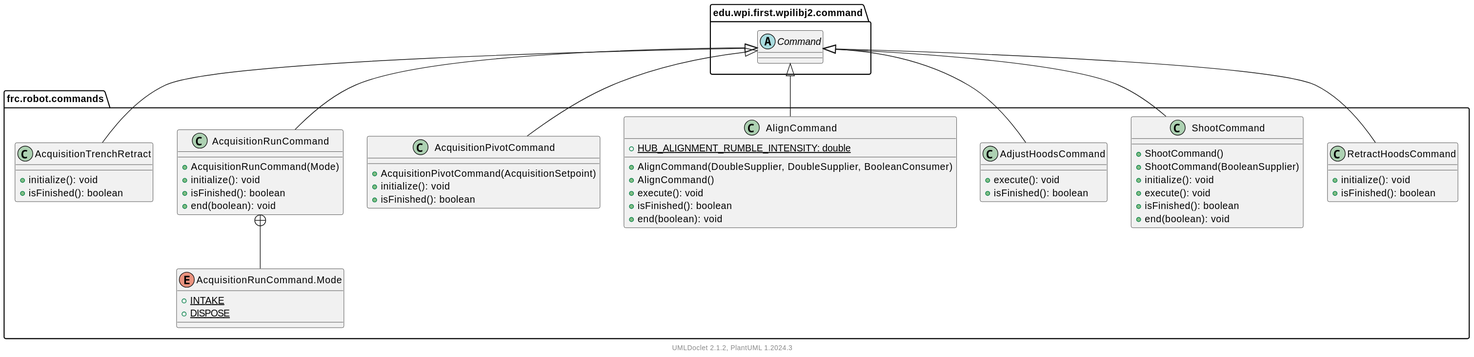
Above: docs/uml/frc/robot/commands/package.svg in LakotaRobotics1038/2026RobotProject (PlantUML), before the change.
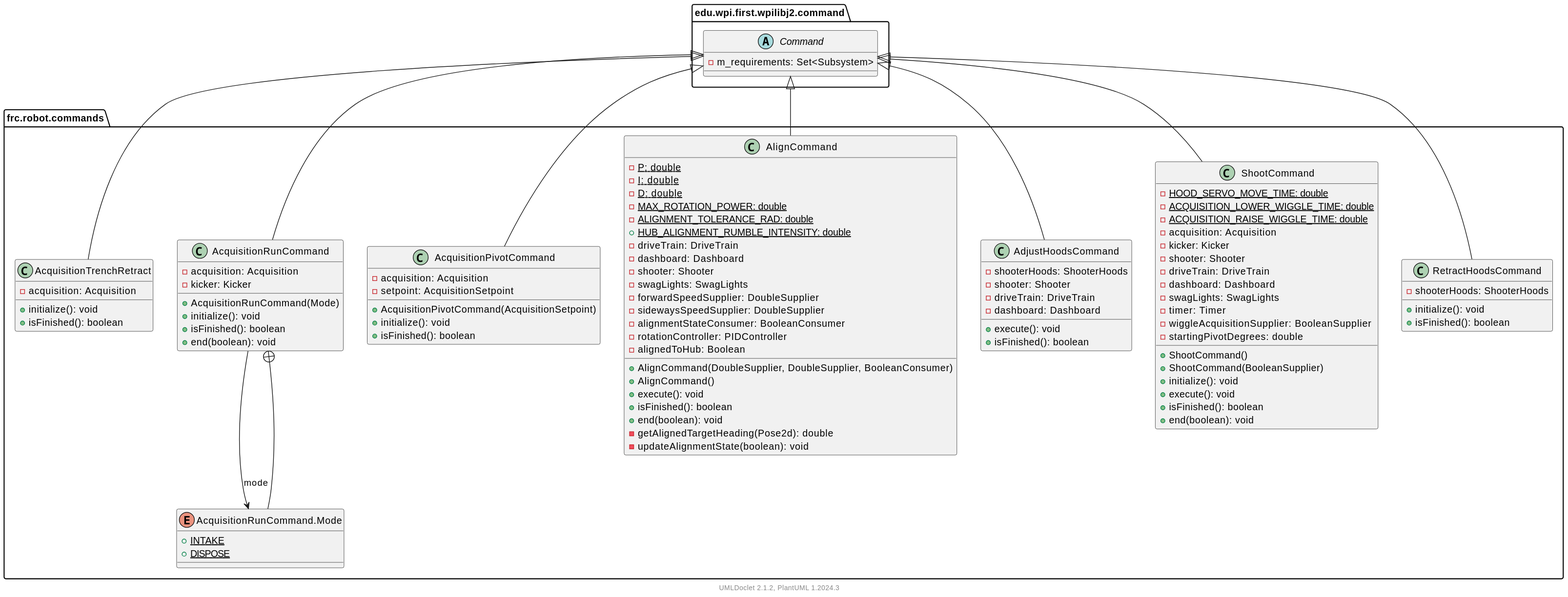
Above is the later version.

Diff of the diagram source:
```diff
@@ -4,11 +4,14 @@
     package frc.robot.commands {
 
         class AcquisitionTrenchRetract [[AcquisitionTrenchRetract.html]] {
+            -acquisition: Acquisition
             +initialize(): void
             +isFinished(): boolean
         }
 
         class AcquisitionRunCommand [[AcquisitionRunCommand.html]] {
+            -acquisition: Acquisition
+            -kicker: Kicker
             +AcquisitionRunCommand(Mode)
             +initialize(): void
             +isFinished(): boolean
@@ -21,26 +24,60 @@
         }
 
         class AcquisitionPivotCommand [[AcquisitionPivotCommand.html]] {
+            -acquisition: Acquisition
+            -setpoint: AcquisitionSetpoint
             +AcquisitionPivotCommand(AcquisitionSetpoint)
             +initialize(): void
             +isFinished(): boolean
         }
 
         class AlignCommand [[AlignCommand.html]] {
+            {static} -P: double
+            {static} -I: double
+            {static} -D: double
+            {static} -MAX_ROTATION_POWER: double
+            {static} -ALIGNMENT_TOLERANCE_RAD: double
             {static} +HUB_ALIGNMENT_RUMBLE_INTENSITY: double
+            -driveTrain: DriveTrain
+            -dashboard: Dashboard
+            -shooter: Shooter
+            -swagLights: SwagLights
+            -forwardSpeedSupplier: DoubleSupplier
+            -sidewaysSpeedSupplier: DoubleSupplier
+            -alignmentStateConsumer: BooleanConsumer
+            -rotationController: PIDController
+            -alignedToHub: Boolean
             +AlignCommand(DoubleSupplier, DoubleSupplier, BooleanConsumer)
             +AlignCommand()
             +execute(): void
             +isFinished(): boolean
             +end(boolean): void
+            -getAlignedTargetHeading(Pose2d): double
+            -updateAlignmentState(boolean): void
         }
 
         class AdjustHoodsCommand [[AdjustHoodsCommand.html]] {
+            -shooterHoods: ShooterHoods
+            -shooter: Shooter
+            -driveTrain: DriveTrain
+            -dashboard: Dashboard
             +execute(): void
             +isFinished(): boolean
         }
 
         class ShootCommand [[ShootCommand.html]] {
+            {static} -HOOD_SERVO_MOVE_TIME: double
+            {static} -ACQUISITION_LOWER_WIGGLE_TIME: double
+            {static} -ACQUISITION_RAISE_WIGGLE_TIME: double
+            -acquisition: Acquisition
+            -kicker: Kicker
+            -shooter: Shooter
+            -driveTrain: DriveTrain
+            -dashboard: Dashboard
+            -swagLights: SwagLights
+            -timer: Timer
+            -wiggleAcquisitionSupplier: BooleanSupplier
+            -startingPivotDegrees: double
             +ShootCommand()
             +ShootCommand(BooleanSupplier)
             +initialize(): void
@@ -50,6 +87,7 @@
         }
 
         class RetractHoodsCommand [[RetractHoodsCommand.html]] {
+            -shooterHoods: ShooterHoods
             +initialize(): void
             +isFinished(): boolean
         }
@@ -58,11 +96,13 @@
 
     package edu.wpi.first.wpilibj2.command {
         abstract class Command {
+            -m_requirements: Set<Subsystem>
         }
     }
 
     edu.wpi.first.wpilibj2.command::Command <|-- frc.robot.commands::AcquisitionTrenchRetract
     edu.wpi.first.wpilibj2.command::Command <|-- frc.robot.commands::AcquisitionRunCommand
+    frc.robot.commands::AcquisitionRunCommand --> frc.robot.commands::AcquisitionRunCommand.Mode: mode
     frc.robot.commands::AcquisitionRunCommand +-- frc.robot.commands::AcquisitionRunCommand.Mode
     edu.wpi.first.wpilibj2.command::Command <|-- frc.robot.commands::AcquisitionPivotCommand
     edu.wpi.first.wpilibj2.command::Command <|-- frc.robot.commands::AlignCommand
```
